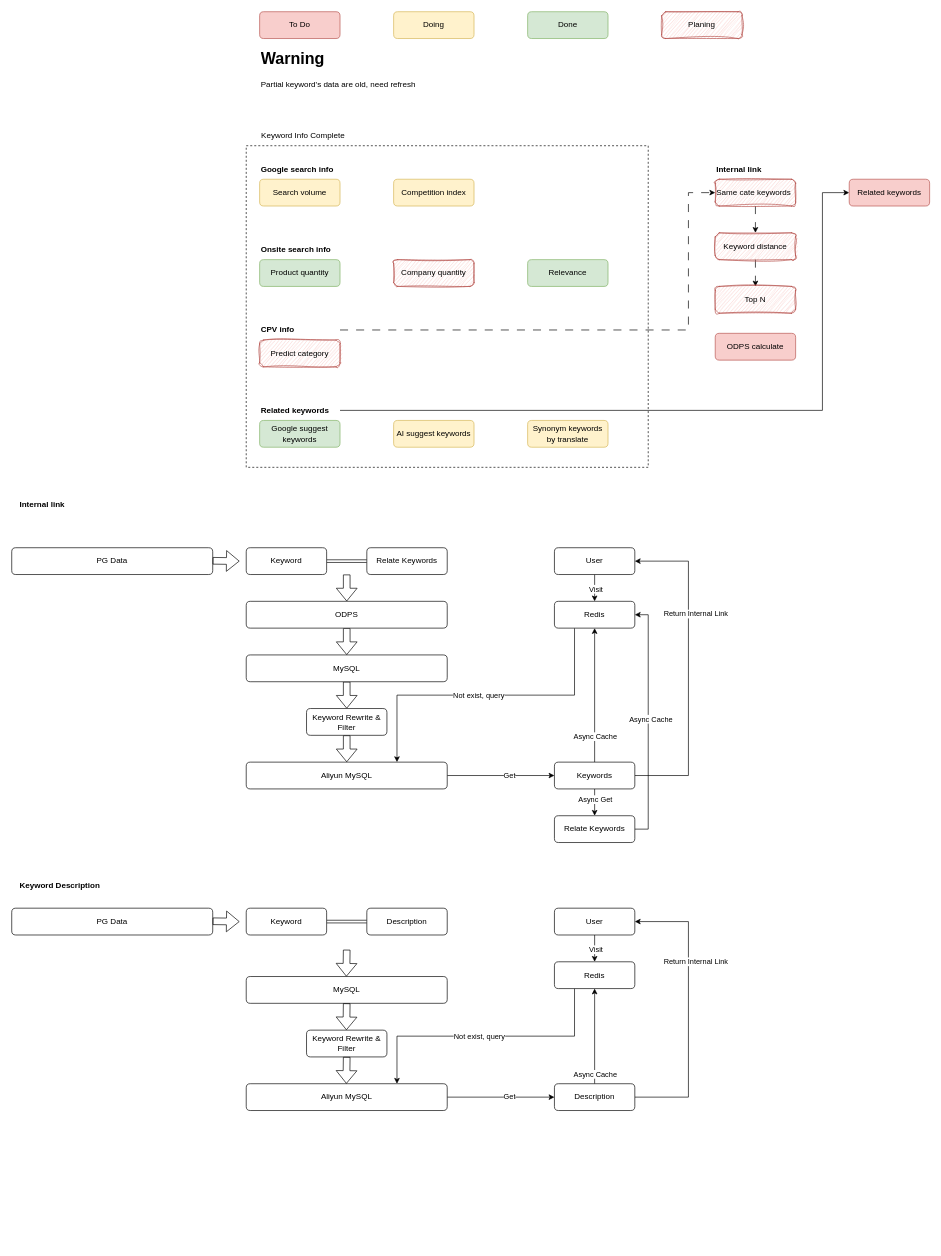
This is drawio/keyword_optimize.drawio from VisableHarry/seo-drawio, a draw.io file, before an edit. Source tidied: cells renumbered, new cells numbered last; positions are measured from the earlier drawing's top-left corner, leaving out a move shared by most shapes. Both pictures are drawn from the tidied source at 67%, with x=0, y=0 at pixel (11, 11).
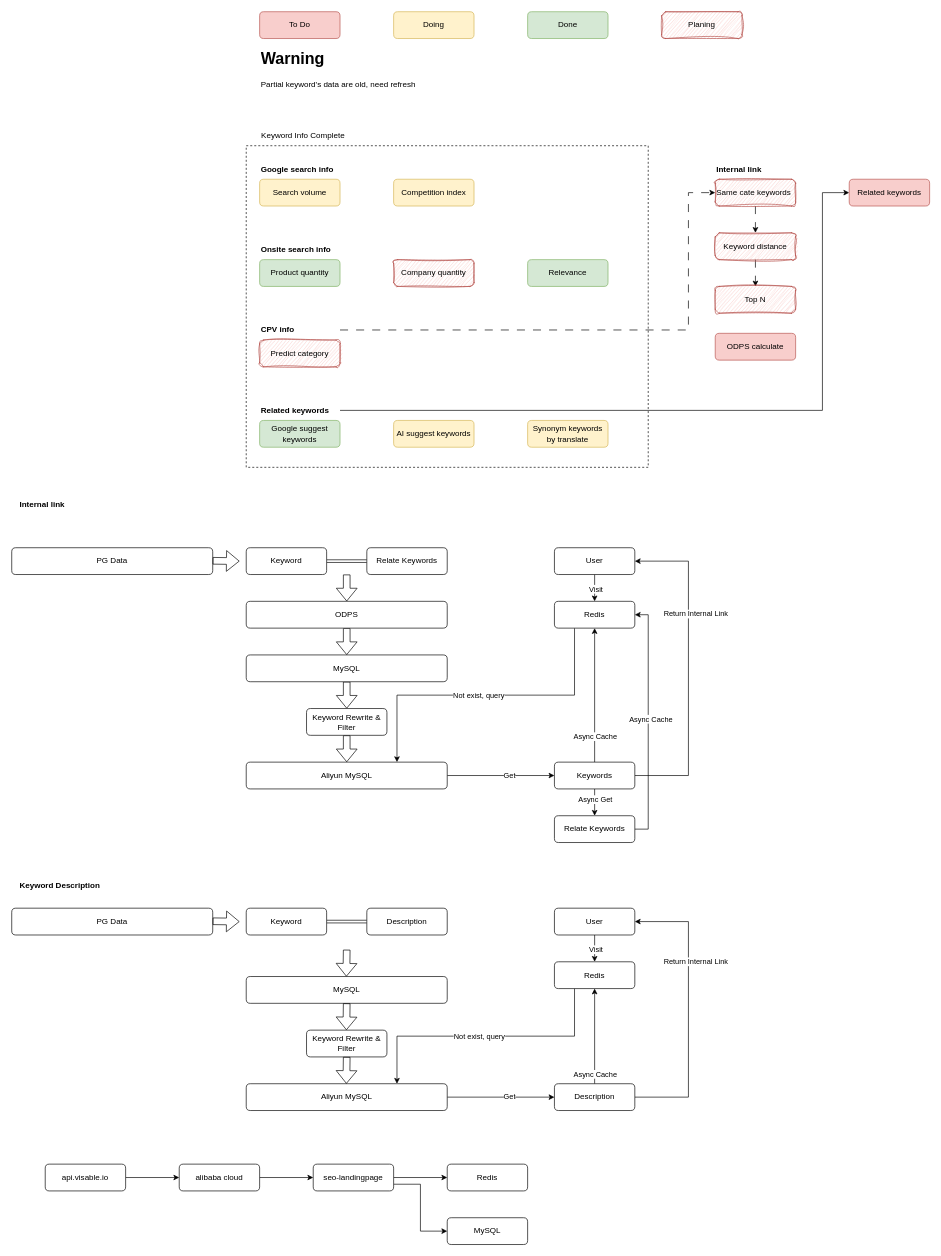
Above is the later version.

Diff of the diagram source:
```diff
@@
+    <mxCell id="89" style="edgeStyle=orthogonalEdgeStyle;rounded=0;jettySize=auto;html=1;exitX=1;exitY=0.5;exitDx=0;exitDy=0;entryX=0;entryY=0.5;entryDx=0;entryDy=0;" parent="1" edge="1" source="90" target="92">
+      <mxGeometry relative="1" as="geometry" />
+    </mxCell>
+    <mxCell id="90" value="api.visable.io" style="rounded=1;whiteSpace=wrap;html=1;" parent="1" vertex="1">
+      <mxGeometry x="50" y="1720" width="120" height="40" as="geometry" />
+    </mxCell>
+    <mxCell id="91" style="edgeStyle=orthogonalEdgeStyle;rounded=0;jettySize=auto;html=1;exitX=1;exitY=0.5;exitDx=0;exitDy=0;" parent="1" edge="1" source="92" target="95">
+      <mxGeometry relative="1" as="geometry" />
+    </mxCell>
+    <mxCell id="92" value="alibaba cloud" style="rounded=1;whiteSpace=wrap;html=1;" parent="1" vertex="1">
+      <mxGeometry x="250" y="1720" width="120" height="40" as="geometry" />
+    </mxCell>
+    <mxCell id="93" style="edgeStyle=orthogonalEdgeStyle;rounded=0;jettySize=auto;html=1;exitX=1;exitY=0.5;exitDx=0;exitDy=0;entryX=0;entryY=0.5;entryDx=0;entryDy=0;" parent="1" edge="1" source="95" target="96">
+      <mxGeometry relative="1" as="geometry" />
+    </mxCell>
+    <mxCell id="94" style="edgeStyle=orthogonalEdgeStyle;rounded=0;jettySize=auto;html=1;exitX=1;exitY=0.75;exitDx=0;exitDy=0;entryX=0;entryY=0.5;entryDx=0;entryDy=0;" parent="1" edge="1" source="95" target="97">
+      <mxGeometry relative="1" as="geometry" />
+    </mxCell>
+    <mxCell id="95" value="seo-landingpage" style="rounded=1;whiteSpace=wrap;html=1;" parent="1" vertex="1">
+      <mxGeometry x="450" y="1720" width="120" height="40" as="geometry" />
+    </mxCell>
+    <mxCell id="96" value="Redis" style="rounded=1;whiteSpace=wrap;html=1;" parent="1" vertex="1">
+      <mxGeometry x="650" y="1720" width="120" height="40" as="geometry" />
+    </mxCell>
+    <mxCell id="97" value="MySQL" style="rounded=1;whiteSpace=wrap;html=1;" parent="1" vertex="1">
+      <mxGeometry x="650" y="1800" width="120" height="40" as="geometry" />
+    </mxCell>
```
